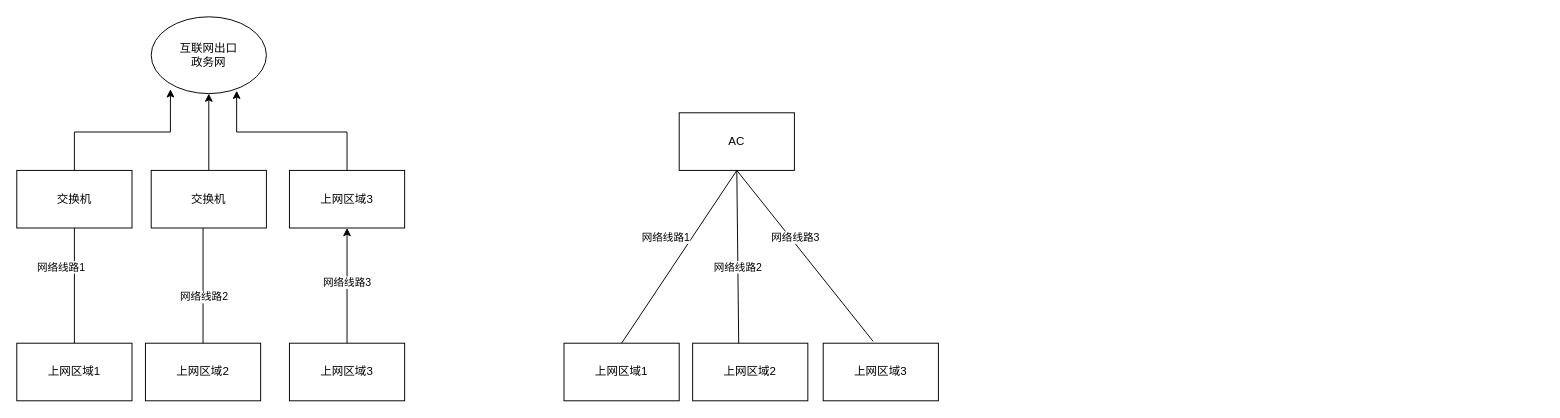
Earlier version of the draw.io diagram src/未命名绘图.drawio (wyaow/drawio). Source tidied: cells renumbered, new cells numbered last; positions are measured from the earlier drawing's top-left corner, leaving out a move shared by most shapes. Both pictures are drawn from the tidied source at 96%, with x=0, y=0 at pixel (16, 16).
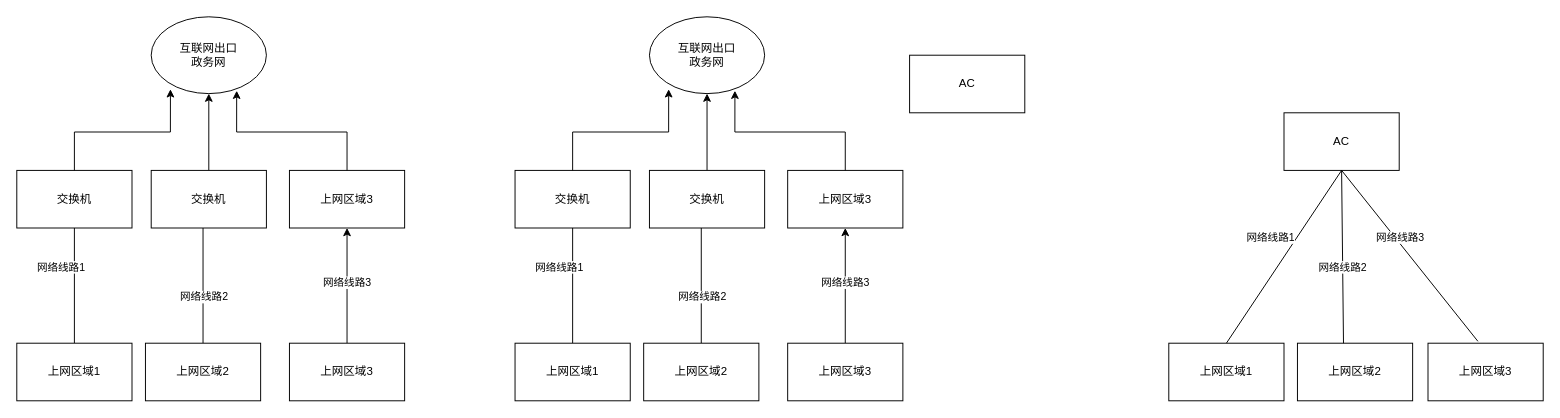
The same diagram, later.

Commit message (it also covers changes not shown here):
更新未命名绘图.drawio

Change to the diagram source:
```diff
@@
     <mxCell id="12" value="AC" style="rounded=0;whiteSpace=wrap;html=1;" parent="1" vertex="1">
-      <mxGeometry x="690" y="100" width="120" height="60" as="geometry" />
+      <mxGeometry x="1320" y="100" width="120" height="60" as="geometry" />
     </mxCell>
@@
     <mxCell id="19" value="上网区域1" style="rounded=0;whiteSpace=wrap;html=1;" parent="1" vertex="1">
-      <mxGeometry x="570" y="340" width="120" height="60" as="geometry" />
+      <mxGeometry x="1200" y="340" width="120" height="60" as="geometry" />
     </mxCell>
     <mxCell id="20" value="上网区域2" style="rounded=0;whiteSpace=wrap;html=1;" parent="1" vertex="1">
-      <mxGeometry x="704" y="340" width="120" height="60" as="geometry" />
+      <mxGeometry x="1334" y="340" width="120" height="60" as="geometry" />
     </mxCell>
     <mxCell id="21" value="上网区域3" style="rounded=0;whiteSpace=wrap;html=1;" parent="1" vertex="1">
-      <mxGeometry x="840" y="340" width="120" height="60" as="geometry" />
+      <mxGeometry x="1470" y="340" width="120" height="60" as="geometry" />
     </mxCell>
@@
+    <mxCell id="28" value="交换机" style="rounded=0;whiteSpace=wrap;html=1;" parent="1" vertex="1">
+      <mxGeometry x="519" y="160" width="120" height="60" as="geometry" />
+    </mxCell>
+    <mxCell id="29" style="endArrow=none;html=1;rounded=0;entryX=0.5;entryY=1;entryDx=0;entryDy=0;exitX=0.5;exitY=0;exitDx=0;exitDy=0;" parent="1" edge="1" source="33" target="28">
+      <mxGeometry relative="1" as="geometry" />
+    </mxCell>
+    <mxCell id="30" value="网络线路1" style="edgeLabel;html=1;align=center;verticalAlign=middle;" parent="29" vertex="1">
+      <mxGeometry y="1" relative="1" as="geometry">
+        <mxPoint x="-14" y="-20" as="offset" />
+      </mxGeometry>
+    </mxCell>
+    <mxCell id="31" style="endArrow=none;html=1;rounded=0;entryX=0.45;entryY=0.992;entryDx=0;entryDy=0;exitX=0.5;exitY=0;exitDx=0;exitDy=0;entryPerimeter=0;" parent="1" edge="1" source="34" target="39">
+      <mxGeometry relative="1" as="geometry" />
+    </mxCell>
+    <mxCell id="32" value="网络线路2" style="edgeLabel;html=1;align=center;verticalAlign=middle;" parent="31" vertex="1">
+      <mxGeometry x="0.02" y="-1" relative="1" as="geometry">
+        <mxPoint x="-1" y="12" as="offset" />
+      </mxGeometry>
+    </mxCell>
+    <mxCell id="33" value="上网区域1" style="rounded=0;whiteSpace=wrap;html=1;" parent="1" vertex="1">
+      <mxGeometry x="519" y="340" width="120" height="60" as="geometry" />
+    </mxCell>
+    <mxCell id="34" value="上网区域2" style="rounded=0;whiteSpace=wrap;html=1;" parent="1" vertex="1">
+      <mxGeometry x="653" y="340" width="120" height="60" as="geometry" />
+    </mxCell>
+    <mxCell id="35" style="edgeStyle=orthogonalEdgeStyle;rounded=0;jettySize=auto;html=1;exitX=0.5;exitY=0;exitDx=0;exitDy=0;entryX=0.5;entryY=1;entryDx=0;entryDy=0;" parent="1" edge="1" source="37" target="42">
+      <mxGeometry relative="1" as="geometry" />
+    </mxCell>
+    <mxCell id="36" value="网络线路3" style="edgeLabel;html=1;align=center;verticalAlign=middle;" parent="35" vertex="1">
+      <mxGeometry x="0.07" y="1" relative="1" as="geometry" />
+    </mxCell>
+    <mxCell id="37" value="上网区域3" style="rounded=0;whiteSpace=wrap;html=1;" parent="1" vertex="1">
+      <mxGeometry x="803" y="340" width="120" height="60" as="geometry" />
+    </mxCell>
+    <mxCell id="38" style="edgeStyle=orthogonalEdgeStyle;rounded=0;jettySize=auto;html=1;exitX=0.5;exitY=0;exitDx=0;exitDy=0;entryX=0.5;entryY=1;entryDx=0;entryDy=0;" parent="1" edge="1" source="39" target="40">
+      <mxGeometry relative="1" as="geometry" />
+    </mxCell>
+    <mxCell id="39" value="交换机" style="rounded=0;whiteSpace=wrap;html=1;" parent="1" vertex="1">
+      <mxGeometry x="659" y="160" width="120" height="60" as="geometry" />
+    </mxCell>
+    <mxCell id="40" value="互联网出口&lt;br&gt;政务网" style="ellipse;whiteSpace=wrap;html=1;" parent="1" vertex="1">
+      <mxGeometry x="659" width="120" height="80" as="geometry" />
+    </mxCell>
+    <mxCell id="41" style="edgeStyle=orthogonalEdgeStyle;rounded=0;jettySize=auto;html=1;exitX=0.5;exitY=0;exitDx=0;exitDy=0;entryX=0.167;entryY=0.944;entryDx=0;entryDy=0;entryPerimeter=0;" parent="1" edge="1" source="28" target="40">
+      <mxGeometry relative="1" as="geometry" />
+    </mxCell>
+    <mxCell id="42" value="上网区域3" style="rounded=0;whiteSpace=wrap;html=1;" parent="1" vertex="1">
+      <mxGeometry x="803" y="160" width="120" height="60" as="geometry" />
+    </mxCell>
+    <mxCell id="43" style="edgeStyle=orthogonalEdgeStyle;rounded=0;jettySize=auto;html=1;exitX=0.5;exitY=0;exitDx=0;exitDy=0;entryX=0.742;entryY=0.963;entryDx=0;entryDy=0;entryPerimeter=0;" parent="1" edge="1" source="42" target="40">
+      <mxGeometry relative="1" as="geometry" />
+    </mxCell>
+    <mxCell id="44" value="AC" style="rounded=0;whiteSpace=wrap;html=1;" parent="1" vertex="1">
+      <mxGeometry x="930" y="40" width="120" height="60" as="geometry" />
+    </mxCell>
```
